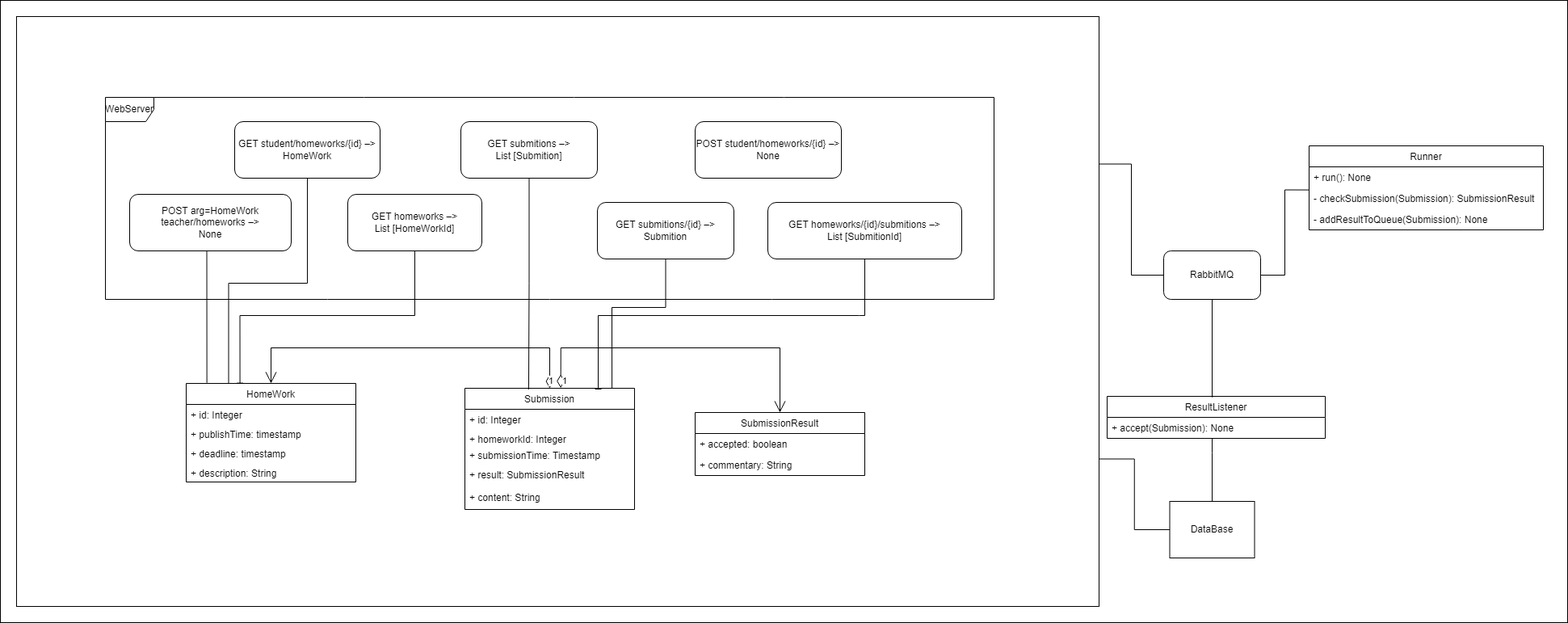
Before: resources/classes.png, a diagram exported from draw.io (eshelukhina/HSE2022-MyHWProj). Source tidied: cells renumbered, new cells last; positions are measured from the earlier drawing's top-left corner, leaving out a move shared by most shapes.
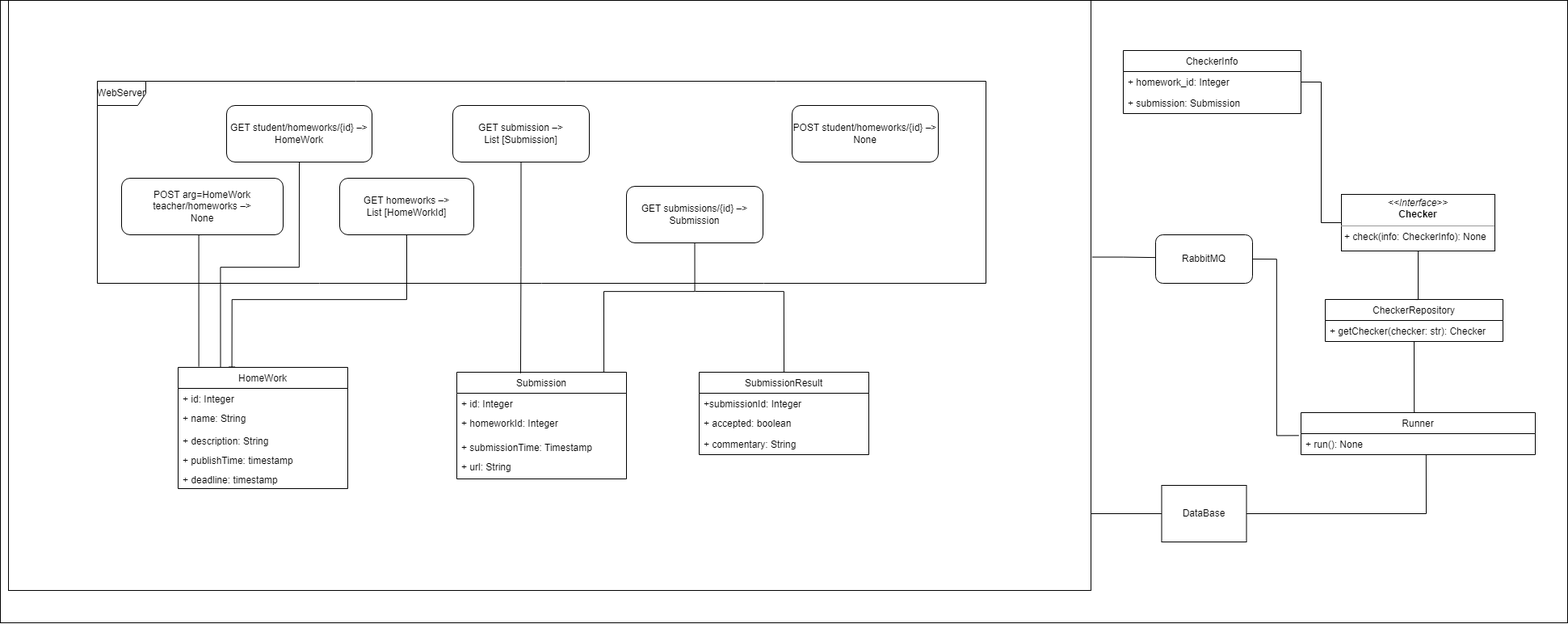
The same diagram one commit later.

The edit, as a diff of the source:
```diff
@@ -4,10 +4,15 @@
     <mxCell id="1" parent="0" />
-    <mxCell id="2" style="rounded=0;whiteSpace=wrap;html=1;" parent="1" vertex="1">
-      <mxGeometry width="1940" height="770" as="geometry" />
-    </mxCell>
+    <mxCell id="48" style="rounded=0;whiteSpace=wrap;html=1;" parent="1" vertex="1">
+      <mxGeometry x="10" y="20" width="1940" height="770" as="geometry" />
+    </mxCell>
-    <mxCell id="3" style="edgeStyle=orthogonalEdgeStyle;rounded=0;jettySize=auto;html=1;entryX=1;entryY=0.5;entryDx=0;entryDy=0;endArrow=none;endFill=0;exitX=0;exitY=1.099;exitDx=0;exitDy=0;exitPerimeter=0;" parent="1" edge="1" source="45" target="43">
+    <mxCell id="3" style="edgeStyle=orthogonalEdgeStyle;rounded=0;jettySize=auto;html=1;entryX=1;entryY=0.5;entryDx=0;entryDy=0;endArrow=none;endFill=0;exitX=-0.009;exitY=0.09;exitDx=0;exitDy=0;exitPerimeter=0;" parent="1" edge="1" source="45" target="43">
       <mxGeometry relative="1" as="geometry" />
     </mxCell>
-    <mxCell id="4" style="edgeStyle=orthogonalEdgeStyle;rounded=0;jettySize=auto;html=1;exitX=1;exitY=0.25;exitDx=0;exitDy=0;entryX=0;entryY=0.5;entryDx=0;entryDy=0;endArrow=none;endFill=0;" parent="1" edge="1" source="5" target="43">
-      <mxGeometry relative="1" as="geometry" />
+    <mxCell id="4" style="edgeStyle=orthogonalEdgeStyle;rounded=0;jettySize=auto;html=1;exitX=1.001;exitY=0.435;exitDx=0;exitDy=0;entryX=0;entryY=0.5;entryDx=0;entryDy=0;endArrow=none;endFill=0;exitPerimeter=0;" parent="1" edge="1" source="5" target="43">
+      <mxGeometry relative="1" as="geometry">
+        <Array as="points">
+          <mxPoint x="1400" y="338" />
+          <mxPoint x="1440" y="338" />
+        </Array>
+      </mxGeometry>
     </mxCell>
@@ -30,44 +35,56 @@
     </mxCell>
+    <mxCell id="49" style="edgeStyle=orthogonalEdgeStyle;rounded=0;jettySize=auto;html=1;exitX=0.5;exitY=0;exitDx=0;exitDy=0;startArrow=none;startFill=0;endArrow=none;endFill=0;" parent="1" edge="1" source="9">
+      <mxGeometry relative="1" as="geometry">
+        <mxPoint x="870" y="380" as="targetPoint" />
+        <Array as="points">
+          <mxPoint x="980" y="480" />
+          <mxPoint x="980" y="380" />
+        </Array>
+      </mxGeometry>
+    </mxCell>
     <mxCell id="9" value="SubmissionResult" style="swimlane;fontStyle=0;horizontal=1;startSize=26;fillColor=none;" parent="1" vertex="1">
-      <mxGeometry x="860" y="510" width="210" height="78" as="geometry" />
+      <mxGeometry x="875" y="480" width="210" height="102" as="geometry" />
     </mxCell>
+    <mxCell id="50" value="+submissionId: Integer" style="text;strokeColor=none;fillColor=none;align=left;verticalAlign=top;spacingLeft=4;spacingRight=4;overflow=hidden;" parent="9" vertex="1">
+      <mxGeometry y="26" width="210" height="24" as="geometry" />
+    </mxCell>
     <mxCell id="10" value="+ accepted: boolean" style="text;strokeColor=none;fillColor=none;align=left;verticalAlign=top;spacingLeft=4;spacingRight=4;overflow=hidden;" parent="9" vertex="1">
-      <mxGeometry y="26" width="210" height="26" as="geometry" />
+      <mxGeometry y="50" width="210" height="26" as="geometry" />
     </mxCell>
     <mxCell id="11" value="+ commentary: String " style="text;strokeColor=none;fillColor=none;align=left;verticalAlign=top;spacingLeft=4;spacingRight=4;overflow=hidden;" parent="9" vertex="1">
-      <mxGeometry y="52" width="210" height="26" as="geometry" />
+      <mxGeometry y="76" width="210" height="26" as="geometry" />
     </mxCell>
     <mxCell id="12" value="Submission" style="swimlane;fontStyle=0;horizontal=1;startSize=26;fillColor=none;" parent="1" vertex="1">
-      <mxGeometry x="575" y="480" width="210" height="150" as="geometry" />
+      <mxGeometry x="575" y="480" width="210" height="132" as="geometry" />
     </mxCell>
-    <mxCell id="13" value="+ id: Integer" style="text;strokeColor=none;fillColor=none;align=left;verticalAlign=top;spacingLeft=4;spacingRight=4;overflow=hidden;" parent="12" vertex="1">
-      <mxGeometry y="26" width="210" height="24" as="geometry" />
-    </mxCell>
+    <mxCell id="51" value="+ id: Integer" style="text;strokeColor=none;fillColor=none;align=left;verticalAlign=top;spacingLeft=4;spacingRight=4;overflow=hidden;" parent="12" vertex="1">
+      <mxGeometry y="26" width="210" height="24" as="geometry" />
+    </mxCell>
     <mxCell id="14" value="+ homeworkId: Integer " style="text;strokeColor=none;fillColor=none;align=left;verticalAlign=top;spacingLeft=4;spacingRight=4;overflow=hidden;" parent="12" vertex="1">
-      <mxGeometry y="50" width="210" height="20" as="geometry" />
+      <mxGeometry y="50" width="210" height="30" as="geometry" />
     </mxCell>
     <mxCell id="15" value="+ submissionTime: Timestamp " style="text;strokeColor=none;fillColor=none;align=left;verticalAlign=top;spacingLeft=4;spacingRight=4;overflow=hidden;" parent="12" vertex="1">
-      <mxGeometry y="70" width="210" height="24" as="geometry" />
+      <mxGeometry y="80" width="210" height="24" as="geometry" />
     </mxCell>
-    <mxCell id="16" value="+ result: SubmissionResult " style="text;strokeColor=none;fillColor=none;align=left;verticalAlign=top;spacingLeft=4;spacingRight=4;overflow=hidden;" parent="12" vertex="1">
-      <mxGeometry y="94" width="210" height="28" as="geometry" />
-    </mxCell>
-    <mxCell id="17" value="+ content: String " style="text;strokeColor=none;fillColor=none;align=left;verticalAlign=top;spacingLeft=4;spacingRight=4;overflow=hidden;" parent="12" vertex="1">
-      <mxGeometry y="122" width="210" height="28" as="geometry" />
-    </mxCell>
+    <mxCell id="52" value="+ url: String " style="text;strokeColor=none;fillColor=none;align=left;verticalAlign=top;spacingLeft=4;spacingRight=4;overflow=hidden;" parent="12" vertex="1">
+      <mxGeometry y="104" width="210" height="28" as="geometry" />
+    </mxCell>
     <mxCell id="18" value="HomeWork" style="swimlane;fontStyle=0;horizontal=1;startSize=26;fillColor=none;" parent="1" vertex="1">
-      <mxGeometry x="230" y="474" width="210" height="122" as="geometry" />
+      <mxGeometry x="230" y="474" width="210" height="150" as="geometry" />
     </mxCell>
-    <mxCell id="19" value="+ id: Integer" style="text;strokeColor=none;fillColor=none;align=left;verticalAlign=top;spacingLeft=4;spacingRight=4;overflow=hidden;" parent="18" vertex="1">
-      <mxGeometry y="26" width="210" height="24" as="geometry" />
-    </mxCell>
+    <mxCell id="53" value="+ id: Integer" style="text;strokeColor=none;fillColor=none;align=left;verticalAlign=top;spacingLeft=4;spacingRight=4;overflow=hidden;" parent="18" vertex="1">
+      <mxGeometry y="26" width="210" height="24" as="geometry" />
+    </mxCell>
+    <mxCell id="54" value="+ name: String " style="text;strokeColor=none;fillColor=none;align=left;verticalAlign=top;spacingLeft=4;spacingRight=4;overflow=hidden;" parent="18" vertex="1">
+      <mxGeometry y="50" width="210" height="28" as="geometry" />
+    </mxCell>
+    <mxCell id="22" value="+ description: String" style="text;strokeColor=none;fillColor=none;align=left;verticalAlign=top;spacingLeft=4;spacingRight=4;overflow=hidden;" parent="18" vertex="1">
+      <mxGeometry y="78" width="210" height="24" as="geometry" />
+    </mxCell>
     <mxCell id="20" value="+ publishTime: timestamp" style="text;strokeColor=none;fillColor=none;align=left;verticalAlign=top;spacingLeft=4;spacingRight=4;overflow=hidden;" parent="18" vertex="1">
-      <mxGeometry y="50" width="210" height="24" as="geometry" />
+      <mxGeometry y="102" width="210" height="24" as="geometry" />
     </mxCell>
     <mxCell id="21" value="+ deadline: timestamp" style="text;strokeColor=none;fillColor=none;align=left;verticalAlign=top;spacingLeft=4;spacingRight=4;overflow=hidden;" parent="18" vertex="1">
-      <mxGeometry y="74" width="210" height="24" as="geometry" />
+      <mxGeometry y="126" width="210" height="24" as="geometry" />
     </mxCell>
-    <mxCell id="22" value="+ description: String" style="text;strokeColor=none;fillColor=none;align=left;verticalAlign=top;spacingLeft=4;spacingRight=4;overflow=hidden;" parent="18" vertex="1">
-      <mxGeometry y="98" width="210" height="24" as="geometry" />
-    </mxCell>
     <mxCell id="23" style="edgeStyle=orthogonalEdgeStyle;rounded=0;jettySize=auto;html=1;exitX=0.5;exitY=1;exitDx=0;exitDy=0;entryX=0.25;entryY=0;entryDx=0;entryDy=0;endArrow=none;endFill=0;" parent="1" edge="1" source="24" target="18">
@@ -83,35 +100,22 @@
     </mxCell>
-    <mxCell id="25" style="edgeStyle=orthogonalEdgeStyle;rounded=0;jettySize=auto;html=1;exitX=0.5;exitY=1;exitDx=0;exitDy=0;entryX=0.376;entryY=0.01;entryDx=0;entryDy=0;entryPerimeter=0;endArrow=none;endFill=0;" parent="1" edge="1" source="26" target="12">
-      <mxGeometry relative="1" as="geometry" />
-    </mxCell>
-    <mxCell id="26" value="GET submitions –&amp;gt;&lt;br&gt;List [Submition]" style="rounded=1;whiteSpace=wrap;html=1;" parent="1" vertex="1">
-      <mxGeometry x="570" y="150" width="169" height="70" as="geometry" />
-    </mxCell>
-    <mxCell id="27" style="edgeStyle=orthogonalEdgeStyle;rounded=0;jettySize=auto;html=1;exitX=0.5;exitY=1;exitDx=0;exitDy=0;endArrow=baseDash;endFill=0;" parent="1" edge="1" source="28">
-      <mxGeometry relative="1" as="geometry">
-        <mxPoint x="740" y="481" as="targetPoint" />
-        <Array as="points">
-          <mxPoint x="1063" y="390" />
-          <mxPoint x="740" y="390" />
-          <mxPoint x="740" y="481" />
-        </Array>
-      </mxGeometry>
-    </mxCell>
-    <mxCell id="28" value="GET homeworks/{id}/submitions –&amp;gt;&lt;br&gt;List [SubmitionId]" style="rounded=1;whiteSpace=wrap;html=1;" parent="1" vertex="1">
-      <mxGeometry x="950" y="250" width="240" height="70" as="geometry" />
-    </mxCell>
+    <mxCell id="55" style="edgeStyle=orthogonalEdgeStyle;rounded=0;jettySize=auto;html=1;exitX=0.5;exitY=1;exitDx=0;exitDy=0;entryX=0.376;entryY=0.01;entryDx=0;entryDy=0;entryPerimeter=0;endArrow=none;endFill=0;" parent="1" edge="1" source="56" target="12">
+      <mxGeometry relative="1" as="geometry" />
+    </mxCell>
+    <mxCell id="56" value="GET&amp;nbsp;&lt;span style=&quot;&quot;&gt;submission&lt;/span&gt;&amp;nbsp;–&amp;gt;&lt;br&gt;List [Submission]" style="rounded=1;whiteSpace=wrap;html=1;" parent="1" vertex="1">
+      <mxGeometry x="570" y="150" width="169" height="70" as="geometry" />
+    </mxCell>
     <mxCell id="29" value="POST student/homeworks/{id} –&amp;gt;&lt;br&gt;None" style="rounded=1;whiteSpace=wrap;html=1;" parent="1" vertex="1">
-      <mxGeometry x="860" y="150" width="181" height="70" as="geometry" />
+      <mxGeometry x="990" y="150" width="181" height="70" as="geometry" />
     </mxCell>
-    <mxCell id="30" style="edgeStyle=orthogonalEdgeStyle;rounded=0;jettySize=auto;html=1;exitX=0.5;exitY=1;exitDx=0;exitDy=0;endArrow=none;endFill=0;entryX=0.867;entryY=-0.003;entryDx=0;entryDy=0;entryPerimeter=0;" parent="1" edge="1" source="31" target="12">
-      <mxGeometry relative="1" as="geometry">
-        <Array as="points">
-          <mxPoint x="824" y="380" />
-          <mxPoint x="757" y="380" />
-        </Array>
-      </mxGeometry>
-    </mxCell>
-    <mxCell id="31" value="GET submitions/{id} –&amp;gt;&lt;br&gt;Submition" style="rounded=1;whiteSpace=wrap;html=1;" parent="1" vertex="1">
-      <mxGeometry x="739" y="250" width="169" height="70" as="geometry" />
-    </mxCell>
+    <mxCell id="57" style="edgeStyle=orthogonalEdgeStyle;rounded=0;jettySize=auto;html=1;exitX=0.5;exitY=1;exitDx=0;exitDy=0;endArrow=none;endFill=0;entryX=0.867;entryY=-0.003;entryDx=0;entryDy=0;entryPerimeter=0;" parent="1" edge="1" source="58" target="12">
+      <mxGeometry relative="1" as="geometry">
+        <Array as="points">
+          <mxPoint x="870" y="380" />
+          <mxPoint x="757" y="380" />
+        </Array>
+      </mxGeometry>
+    </mxCell>
+    <mxCell id="58" value="GET&amp;nbsp;&lt;span style=&quot;&quot;&gt;submissions&lt;/span&gt;/{id} –&amp;gt;&lt;br&gt;Submission" style="rounded=1;whiteSpace=wrap;html=1;" parent="1" vertex="1">
+      <mxGeometry x="785" y="250" width="169" height="70" as="geometry" />
+    </mxCell>
     <mxCell id="32" style="edgeStyle=orthogonalEdgeStyle;rounded=0;jettySize=auto;html=1;exitX=0.5;exitY=1;exitDx=0;exitDy=0;entryX=0.122;entryY=-0.006;entryDx=0;entryDy=0;endArrow=none;endFill=0;entryPerimeter=0;" parent="1" edge="1" source="33" target="18">
@@ -126,20 +130,9 @@
     </mxCell>
-    <mxCell id="34" value="1" style="endArrow=open;html=1;endSize=12;startArrow=diamondThin;startSize=14;startFill=0;edgeStyle=orthogonalEdgeStyle;align=left;verticalAlign=bottom;rounded=0;exitX=0.565;exitY=-0.002;exitDx=0;exitDy=0;entryX=0.5;entryY=0;entryDx=0;entryDy=0;exitPerimeter=0;" parent="1" edge="1" source="12" target="9">
-      <mxGeometry x="-1" relative="1" as="geometry">
-        <Array as="points">
-          <mxPoint x="694" y="430" />
-          <mxPoint x="965" y="430" />
-        </Array>
-      </mxGeometry>
-    </mxCell>
-    <mxCell id="35" value="1" style="endArrow=open;html=1;endSize=12;startArrow=diamondThin;startSize=14;startFill=0;edgeStyle=orthogonalEdgeStyle;align=left;verticalAlign=bottom;rounded=0;exitX=0.5;exitY=0;exitDx=0;exitDy=0;entryX=0.5;entryY=0;entryDx=0;entryDy=0;" parent="1" edge="1" source="12" target="18">
-      <mxGeometry x="-1" y="3" relative="1" as="geometry">
-        <Array as="points">
-          <mxPoint x="680" y="430" />
-          <mxPoint x="335" y="430" />
-        </Array>
-      </mxGeometry>
-    </mxCell>
-    <mxCell id="36" style="edgeStyle=orthogonalEdgeStyle;rounded=0;jettySize=auto;html=1;exitX=0;exitY=0.5;exitDx=0;exitDy=0;entryX=1;entryY=0.75;entryDx=0;entryDy=0;endArrow=none;endFill=0;" parent="1" edge="1" source="37" target="5">
-      <mxGeometry relative="1" as="geometry" />
+    <mxCell id="36" style="edgeStyle=orthogonalEdgeStyle;rounded=0;jettySize=auto;html=1;exitX=0;exitY=0.5;exitDx=0;exitDy=0;entryX=1.001;entryY=0.868;entryDx=0;entryDy=0;endArrow=none;endFill=0;entryPerimeter=0;" parent="1" edge="1" source="37" target="5">
+      <mxGeometry relative="1" as="geometry">
+        <Array as="points">
+          <mxPoint x="1360" y="655" />
+          <mxPoint x="1360" y="654" />
+        </Array>
+      </mxGeometry>
     </mxCell>
@@ -148,16 +141,2 @@
     </mxCell>
-    <mxCell id="38" style="edgeStyle=orthogonalEdgeStyle;rounded=0;jettySize=auto;html=1;entryX=0.5;entryY=0;entryDx=0;entryDy=0;endArrow=none;endFill=0;" parent="1" edge="1" source="39" target="37">
-      <mxGeometry relative="1" as="geometry">
-        <Array as="points">
-          <mxPoint x="1500" y="560" />
-          <mxPoint x="1500" y="560" />
-        </Array>
-      </mxGeometry>
-    </mxCell>
-    <mxCell id="39" value="ResultListener" style="swimlane;fontStyle=0;horizontal=1;startSize=26;fillColor=none;" parent="1" vertex="1">
-      <mxGeometry x="1370" y="490" width="270" height="52" as="geometry" />
-    </mxCell>
-    <mxCell id="40" value="+ accept(Submission): None" style="text;strokeColor=none;fillColor=none;align=left;verticalAlign=top;spacingLeft=4;spacingRight=4;overflow=hidden;" parent="39" vertex="1">
-      <mxGeometry y="26" width="270" height="26" as="geometry" />
-    </mxCell>
     <mxCell id="41" value="DataBase" style="text;html=1;strokeColor=none;fillColor=none;align=center;verticalAlign=middle;whiteSpace=wrap;rounded=0;" parent="1" vertex="1">
@@ -165,10 +144,2 @@
     </mxCell>
-    <mxCell id="42" style="edgeStyle=orthogonalEdgeStyle;rounded=0;jettySize=auto;html=1;exitX=0.5;exitY=1;exitDx=0;exitDy=0;endArrow=none;endFill=0;" parent="1" edge="1" source="43">
-      <mxGeometry relative="1" as="geometry">
-        <mxPoint x="1500" y="470" as="targetPoint" />
-        <Array as="points">
-          <mxPoint x="1500" y="491" />
-        </Array>
-      </mxGeometry>
-    </mxCell>
     <mxCell id="43" value="RabbitMQ" style="rounded=1;whiteSpace=wrap;html=1;" parent="1" vertex="1">
@@ -176,4 +147,11 @@
     </mxCell>
+    <mxCell id="59" style="edgeStyle=orthogonalEdgeStyle;rounded=0;jettySize=auto;html=1;exitX=0.5;exitY=0;exitDx=0;exitDy=0;entryX=0.5;entryY=0.997;entryDx=0;entryDy=0;entryPerimeter=0;endArrow=none;endFill=0;" parent="1" edge="1" source="44" target="68">
+      <mxGeometry relative="1" as="geometry">
+        <Array as="points">
+          <mxPoint x="1760" y="530" />
+        </Array>
+      </mxGeometry>
+    </mxCell>
     <mxCell id="44" value="Runner" style="swimlane;fontStyle=0;horizontal=1;startSize=26;fillColor=none;" parent="1" vertex="1">
-      <mxGeometry x="1620" y="180" width="290" height="104" as="geometry" />
+      <mxGeometry x="1620" y="530" width="290" height="52" as="geometry" />
     </mxCell>
@@ -182,8 +160,33 @@
     </mxCell>
-    <mxCell id="46" value="- checkSubmission(Submission): SubmissionResult" style="text;strokeColor=none;fillColor=none;align=left;verticalAlign=top;spacingLeft=4;spacingRight=4;overflow=hidden;" parent="44" vertex="1">
-      <mxGeometry y="52" width="290" height="26" as="geometry" />
-    </mxCell>
-    <mxCell id="47" value="- addResultToQueue(Submission): None" style="text;strokeColor=none;fillColor=none;align=left;verticalAlign=top;spacingLeft=4;spacingRight=4;overflow=hidden;" parent="44" vertex="1">
-      <mxGeometry y="78" width="290" height="26" as="geometry" />
-    </mxCell>
+    <mxCell id="60" value="&lt;p style=&quot;margin:0px;margin-top:4px;text-align:center;&quot;&gt;&lt;i&gt;&amp;lt;&amp;lt;Interface&amp;gt;&amp;gt;&lt;/i&gt;&lt;br&gt;&lt;b&gt;Checker&lt;/b&gt;&lt;/p&gt;&lt;hr size=&quot;1&quot;&gt;&lt;p style=&quot;margin:0px;margin-left:4px;&quot;&gt;&lt;/p&gt;&lt;p style=&quot;margin:0px;margin-left:4px;&quot;&gt;+ check(info: CheckerInfo): None&lt;br&gt;&lt;/p&gt;" style="verticalAlign=top;align=left;overflow=fill;fontSize=12;fontFamily=Helvetica;html=1;" parent="1" vertex="1">
+      <mxGeometry x="1670" y="260" width="190" height="70" as="geometry" />
+    </mxCell>
+    <mxCell id="61" value="CheckerInfo" style="swimlane;fontStyle=0;horizontal=1;startSize=26;fillColor=none;" parent="1" vertex="1">
+      <mxGeometry x="1400" y="82" width="220" height="78" as="geometry" />
+    </mxCell>
+    <mxCell id="62" value="+ homework_id: Integer" style="text;strokeColor=none;fillColor=none;align=left;verticalAlign=top;spacingLeft=4;spacingRight=4;overflow=hidden;points=[[0,0.5],[1,0.5]];portConstraint=eastwest;" parent="61" vertex="1">
+      <mxGeometry y="26" width="220" height="26" as="geometry" />
+    </mxCell>
+    <mxCell id="63" value="+ submission: Submission" style="text;strokeColor=none;fillColor=none;align=left;verticalAlign=top;spacingLeft=4;spacingRight=4;overflow=hidden;" parent="61" vertex="1">
+      <mxGeometry y="52" width="220" height="26" as="geometry" />
+    </mxCell>
+    <mxCell id="64" style="edgeStyle=orthogonalEdgeStyle;rounded=0;jettySize=auto;html=1;exitX=1;exitY=0.5;exitDx=0;exitDy=0;entryX=0;entryY=0.5;entryDx=0;entryDy=0;endArrow=none;endFill=0;" parent="1" edge="1" source="62" target="60">
+      <mxGeometry relative="1" as="geometry" />
+    </mxCell>
+    <mxCell id="65" style="edgeStyle=orthogonalEdgeStyle;rounded=0;jettySize=auto;html=1;entryX=1;entryY=0.5;entryDx=0;entryDy=0;endArrow=none;endFill=0;exitX=0.534;exitY=1.002;exitDx=0;exitDy=0;exitPerimeter=0;" parent="1" edge="1" source="45" target="37">
+      <mxGeometry relative="1" as="geometry" />
+    </mxCell>
+    <mxCell id="66" style="edgeStyle=orthogonalEdgeStyle;rounded=0;jettySize=auto;html=1;exitX=0.5;exitY=0;exitDx=0;exitDy=0;entryX=0.5;entryY=1;entryDx=0;entryDy=0;endArrow=none;endFill=0;" parent="1" edge="1" source="67" target="60">
+      <mxGeometry relative="1" as="geometry">
+        <Array as="points">
+          <mxPoint x="1765" y="390" />
+        </Array>
+      </mxGeometry>
+    </mxCell>
+    <mxCell id="67" value="CheckerRepository" style="swimlane;fontStyle=0;horizontal=1;startSize=26;fillColor=none;" parent="1" vertex="1">
+      <mxGeometry x="1650" y="390" width="220" height="52" as="geometry" />
+    </mxCell>
+    <mxCell id="68" value="+ getChecker(checker: str): Checker" style="text;strokeColor=none;fillColor=none;align=left;verticalAlign=top;spacingLeft=4;spacingRight=4;overflow=hidden;points=[[0,0.5],[1,0.5]];portConstraint=eastwest;" parent="67" vertex="1">
+      <mxGeometry y="26" width="220" height="26" as="geometry" />
+    </mxCell>
   </root>
```
